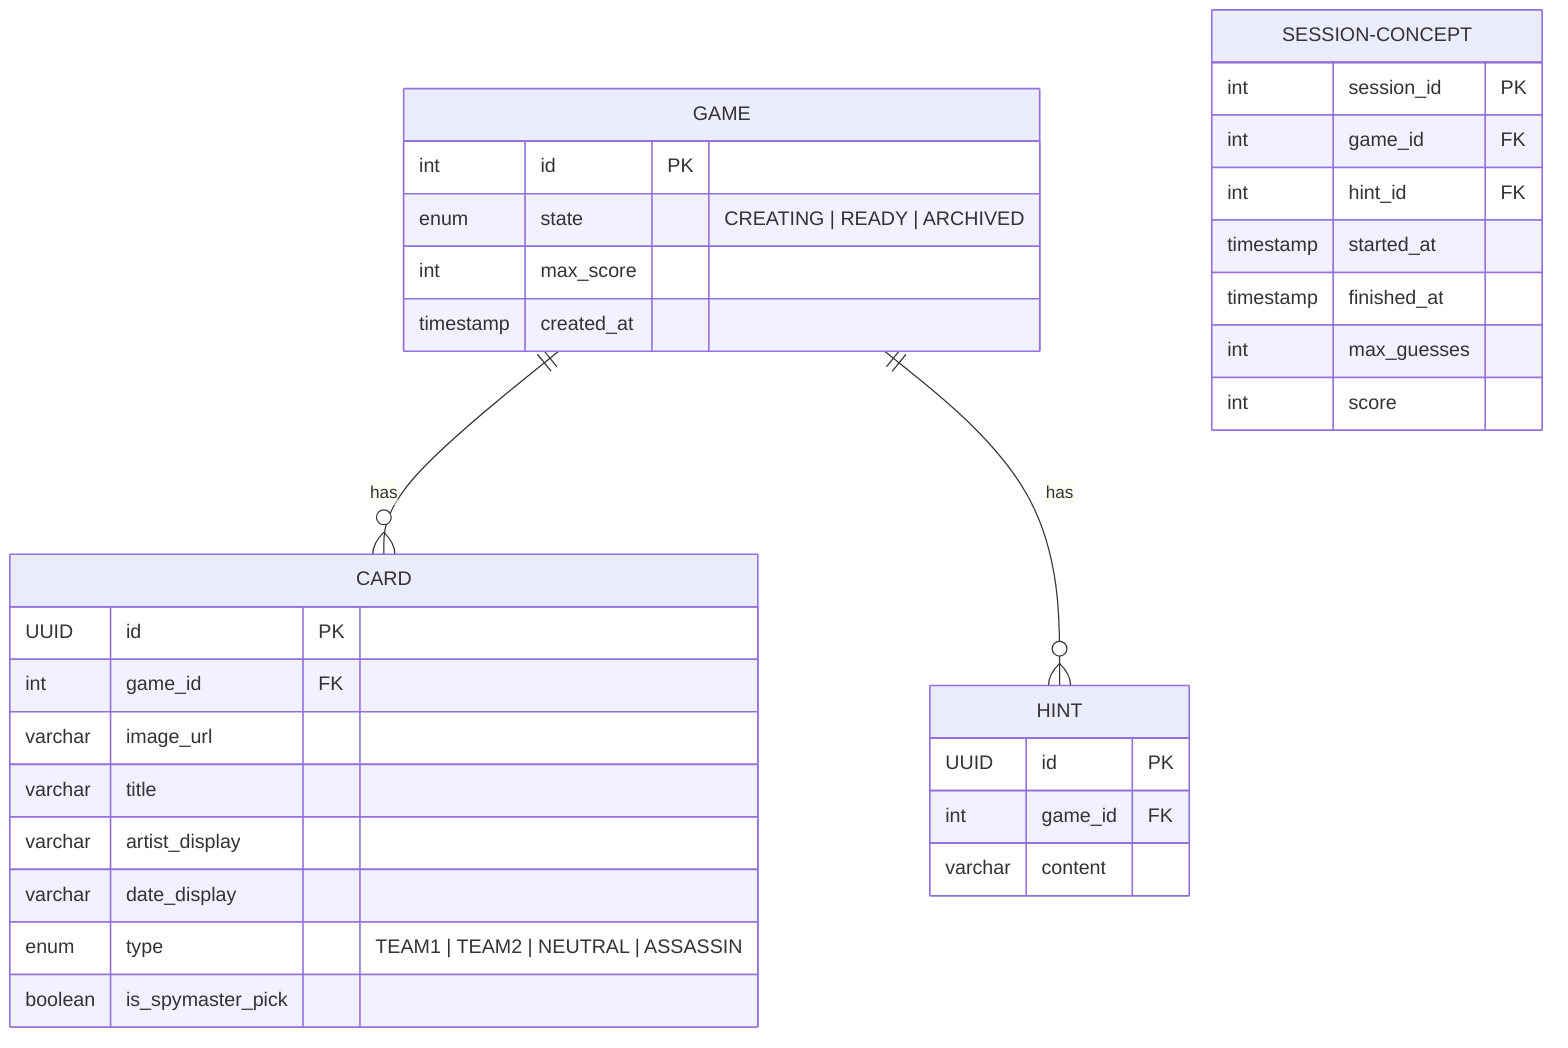
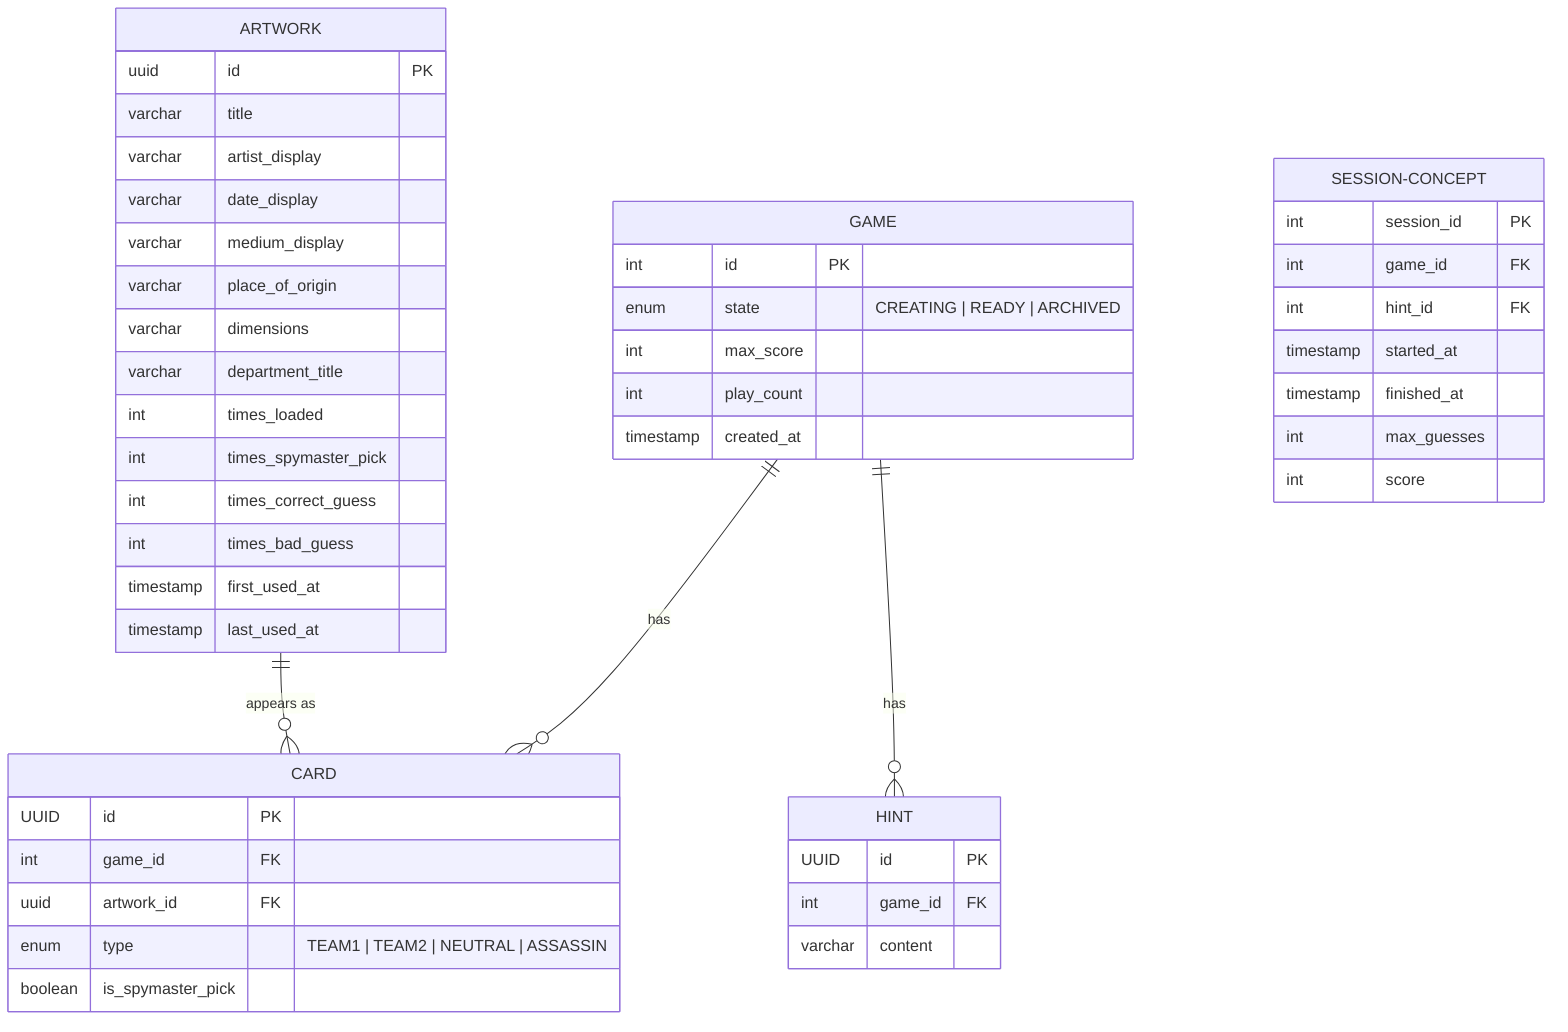
erDiagram
  GAME ||--o{ CARD : has
  GAME ||--o{ HINT : has
+   ARTWORK ||--o{ CARD : "appears as"

  GAME {
    int id PK
    enum state "CREATING | READY | ARCHIVED"
    int max_score
+     int play_count
    timestamp created_at
  }

  CARD {
    UUID id PK
    int game_id FK
-     varchar image_url
-     varchar title
-     varchar artist_display
-     varchar date_display
+     uuid artwork_id FK
    enum type "TEAM1 | TEAM2 | NEUTRAL | ASSASSIN"
    boolean is_spymaster_pick
  }

  HINT {
    UUID id PK
    int game_id FK
    varchar content
+   }
+ 
+   ARTWORK {
+     uuid id PK
+     varchar title
+     varchar artist_display
+     varchar date_display
+     varchar medium_display
+     varchar place_of_origin
+     varchar dimensions
+     varchar department_title
+     int times_loaded
+     int times_spymaster_pick
+     int times_correct_guess
+     int times_bad_guess
+     timestamp first_used_at
+     timestamp last_used_at
  }

  SESSION-CONCEPT {
    int session_id PK
    int game_id FK
    int hint_id FK
    timestamp started_at
    timestamp finished_at
    int max_guesses
    int score
  }
